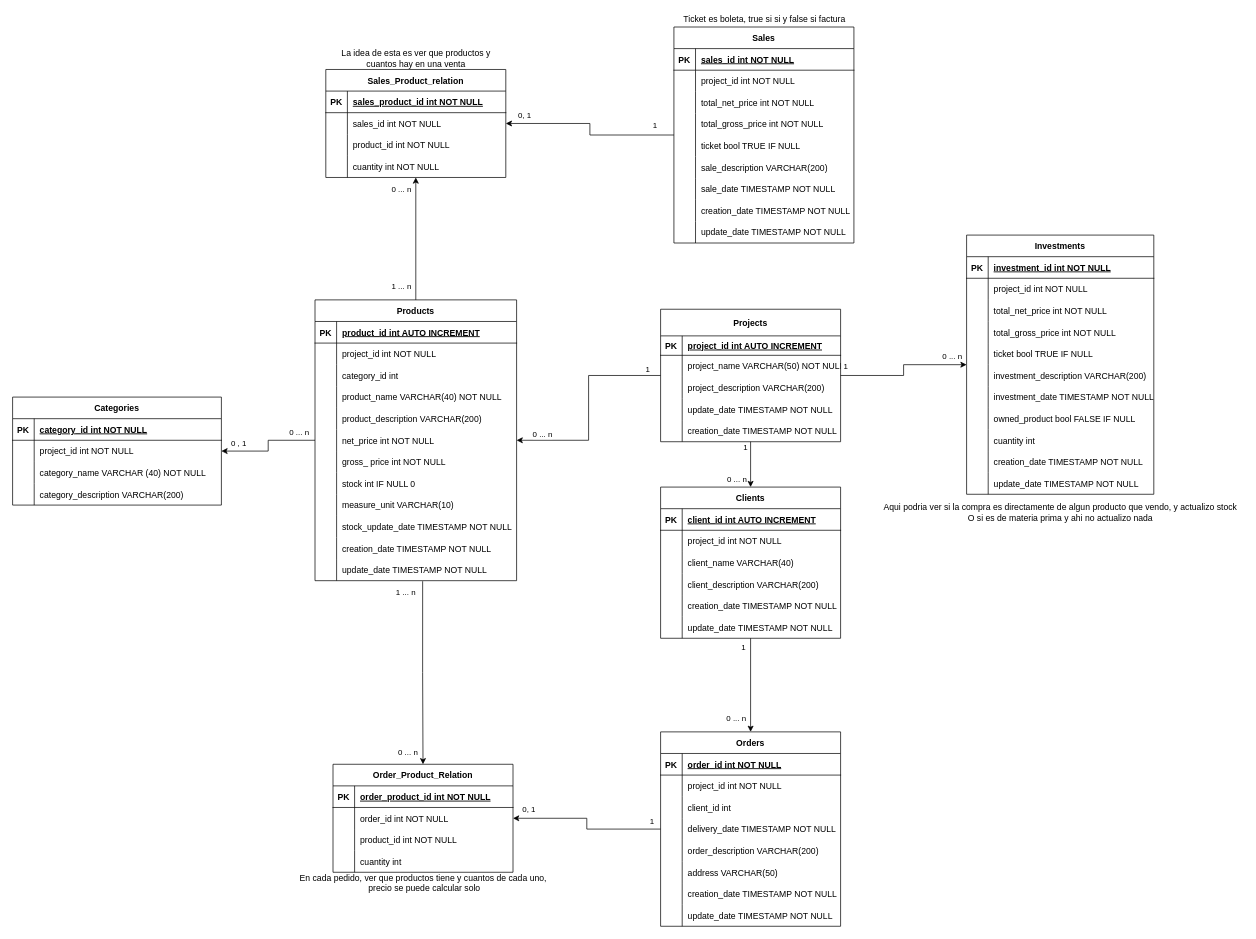
The draw.io diagram DB_model.drawio in diegoHurtadoG/Easy-Negocios, before the edit. Source tidied: cells renumbered, new cells numbered last; positions are measured from the earlier drawing's top-left corner, leaving out a move shared by most shapes. Both pictures are drawn from the tidied source at 72%, with x=0, y=0 at pixel (12, 12).
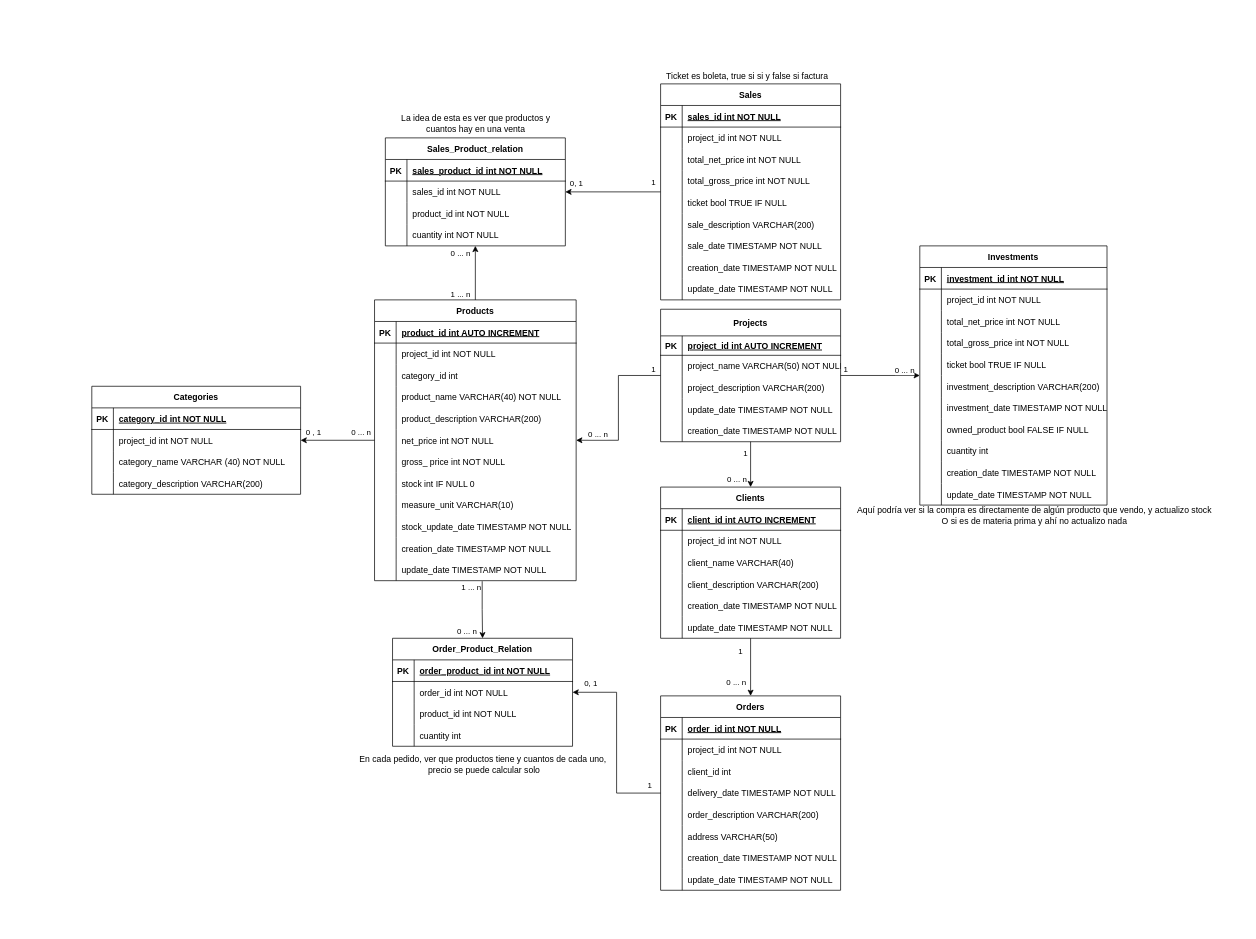
After the change.

The change refers to these unchanged cells:
```xml
<mxCell id="2" style="edgeStyle=orthogonalEdgeStyle;rounded=0;jettySize=auto;html=1;" parent="1" edge="1" source="8" target="182">
  <mxGeometry relative="1" as="geometry" />
</mxCell>
<mxCell id="5" style="edgeStyle=orthogonalEdgeStyle;rounded=0;jettySize=auto;html=1;" parent="1" edge="1" source="8" target="195">
  <mxGeometry relative="1" as="geometry" />
</mxCell>
<mxCell id="79" style="edgeStyle=orthogonalEdgeStyle;rounded=0;jettySize=auto;html=1;" parent="1" edge="1" source="82" target="195">
  <mxGeometry relative="1" as="geometry" />
</mxCell>
<mxCell id="138" style="edgeStyle=orthogonalEdgeStyle;rounded=0;jettySize=auto;html=1;" parent="1" edge="1" source="144" target="163">
  <mxGeometry relative="1" as="geometry" />
</mxCell>
<mxCell id="141" style="edgeStyle=orthogonalEdgeStyle;rounded=0;jettySize=auto;html=1;" parent="1" edge="1" source="144" target="45">
  <mxGeometry relative="1" as="geometry" />
</mxCell>
<mxCell id="160" style="edgeStyle=orthogonalEdgeStyle;rounded=0;jettySize=auto;html=1;entryX=0.5;entryY=0;entryDx=0;entryDy=0;" parent="1" edge="1" source="163" target="113">
  <mxGeometry relative="1" as="geometry" />
</mxCell>
<mxCell id="228" style="edgeStyle=orthogonalEdgeStyle;rounded=0;jettySize=auto;html=1;entryX=0.5;entryY=0;entryDx=0;entryDy=0;exitX=0.534;exitY=1.025;exitDx=0;exitDy=0;exitPerimeter=0;" parent="1" edge="1" source="42" target="210">
  <mxGeometry relative="1" as="geometry" />
</mxCell>
```

The edit, as a diff of the source:
```diff
@@
     <mxCell id="4" value="0 ... n" style="edgeLabel;html=1;align=center;verticalAlign=middle;" parent="2" vertex="1">
       <mxGeometry x="-0.69" relative="1" as="geometry">
-        <mxPoint x="-1" y="-12" as="offset" />
+        <mxPoint x="-3" y="-12" as="offset" />
       </mxGeometry>
     </mxCell>
@@
     <mxCell id="6" value="0 ... n" style="edgeLabel;html=1;align=center;verticalAlign=middle;" parent="5" vertex="1">
       <mxGeometry x="0.7" y="1" relative="1" as="geometry">
-        <mxPoint x="-20" y="-9" as="offset" />
+        <mxPoint x="-20" y="-2" as="offset" />
       </mxGeometry>
     </mxCell>
     <mxCell id="7" value="1 ... n" style="edgeLabel;html=1;align=center;verticalAlign=middle;" parent="5" vertex="1">
       <mxGeometry x="-0.7" y="2" relative="1" as="geometry">
-        <mxPoint x="-19" y="7" as="offset" />
+        <mxPoint x="-19" y="3" as="offset" />
       </mxGeometry>
     </mxCell>
     <mxCell id="8" value="Products" style="shape=table;startSize=30;childLayout=tableLayout;rowLines=0;fontStyle=1;align=center;" parent="1" vertex="1">
-      <mxGeometry x="420" y="399" width="280" height="390" as="geometry" />
+      <mxGeometry x="502.7" y="399" width="280" height="390" as="geometry" />
     </mxCell>
@@
     <mxCell id="45" value="Investments" style="shape=table;startSize=30;childLayout=tableLayout;rowLines=0;fontStyle=1;align=center;" parent="1" vertex="1">
-      <mxGeometry x="1325" y="309" width="260" height="360" as="geometry" />
+      <mxGeometry x="1260" y="324" width="260" height="360" as="geometry" />
     </mxCell>
@@
     <mxCell id="80" value="0, 1" style="edgeLabel;html=1;align=center;verticalAlign=middle;" parent="79" vertex="1">
       <mxGeometry x="0.77" y="3" relative="1" as="geometry">
-        <mxPoint x="-3" y="-15" as="offset" />
+        <mxPoint x="-1" y="-15" as="offset" />
       </mxGeometry>
     </mxCell>
@@
     <mxCell id="82" value="Sales" style="shape=table;startSize=30;childLayout=tableLayout;rowLines=0;fontStyle=1;align=center;" parent="1" vertex="1">
-      <mxGeometry x="918.5" y="20" width="250" height="300" as="geometry" />
+      <mxGeometry x="900" y="99" width="250" height="300" as="geometry" />
     </mxCell>
@@
     <mxCell id="113" value="Orders" style="shape=table;startSize=30;childLayout=tableLayout;rowLines=0;fontStyle=1;align=center;" parent="1" vertex="1">
-      <mxGeometry x="900" y="999" width="250" height="270" as="geometry" />
+      <mxGeometry x="900" y="949" width="250" height="270" as="geometry" />
     </mxCell>
@@
     <mxCell id="139" value="1" style="edgeLabel;html=1;align=center;verticalAlign=middle;" parent="138" vertex="1">
       <mxGeometry x="-0.73" y="-2" relative="1" as="geometry">
-        <mxPoint x="-6" y="-2" as="offset" />
+        <mxPoint x="-6" y="6" as="offset" />
       </mxGeometry>
     </mxCell>
@@
     <mxCell id="142" value="0 ... n" style="edgeLabel;html=1;align=center;verticalAlign=middle;" parent="141" vertex="1">
       <mxGeometry x="0.86" y="3" relative="1" as="geometry">
-        <mxPoint x="-8" y="-10" as="offset" />
+        <mxPoint x="-14" y="-5" as="offset" />
       </mxGeometry>
     </mxCell>
     <mxCell id="143" value="1" style="edgeLabel;html=1;align=center;verticalAlign=middle;" parent="141" vertex="1">
       <mxGeometry x="-0.9" y="-2" relative="1" as="geometry">
-        <mxPoint x="-3" y="-15" as="offset" />
+        <mxPoint x="1" y="-11" as="offset" />
       </mxGeometry>
     </mxCell>
@@
     <mxCell id="161" value="0 ... n" style="edgeLabel;html=1;align=center;verticalAlign=middle;" parent="160" vertex="1">
       <mxGeometry x="0.24" y="-3" relative="1" as="geometry">
-        <mxPoint x="-18" y="30" as="offset" />
+        <mxPoint x="-18" y="11" as="offset" />
       </mxGeometry>
     </mxCell>
     <mxCell id="162" value="1" style="edgeLabel;html=1;align=center;verticalAlign=middle;" parent="160" vertex="1">
       <mxGeometry x="-0.28" y="3" relative="1" as="geometry">
-        <mxPoint x="-14" y="-35" as="offset" />
+        <mxPoint x="-18" y="-12" as="offset" />
       </mxGeometry>
     </mxCell>
@@
     <mxCell id="182" value="Categories" style="shape=table;startSize=30;childLayout=tableLayout;rowLines=0;fontStyle=1;align=center;" parent="1" vertex="1">
-      <mxGeometry y="534" width="290" height="150" as="geometry" />
+      <mxGeometry x="110" y="519" width="290" height="150" as="geometry" />
     </mxCell>
@@
     <mxCell id="195" value="Sales_Product_relation" style="shape=table;startSize=30;childLayout=tableLayout;rowLines=0;fontStyle=1;align=center;" parent="1" vertex="1">
-      <mxGeometry x="435" y="79" width="250" height="150" as="geometry" />
+      <mxGeometry x="517.7" y="174" width="250" height="150" as="geometry" />
     </mxCell>
@@
     <mxCell id="208" value="La idea de esta es ver que productos y &lt;br&gt;cuantos hay en una venta" style="text;html=1;align=center;verticalAlign=middle;strokeColor=none;fillColor=none;" parent="1" vertex="1">
-      <mxGeometry x="450" y="49" width="220" height="30" as="geometry" />
+      <mxGeometry x="532.7" y="139" width="220" height="30" as="geometry" />
     </mxCell>
     <mxCell id="209" value="Ticket es boleta, true si si y false si factura" style="text;html=1;align=center;verticalAlign=middle;strokeColor=none;fillColor=none;" parent="1" vertex="1">
-      <mxGeometry x="923.5" width="240" height="20" as="geometry" />
+      <mxGeometry x="900" y="79" width="240" height="20" as="geometry" />
     </mxCell>
     <mxCell id="210" value="Order_Product_Relation" style="shape=table;startSize=30;childLayout=tableLayout;rowLines=0;fontStyle=1;align=center;" parent="1" vertex="1">
-      <mxGeometry x="445" y="1044" width="250" height="150" as="geometry" />
+      <mxGeometry x="527.7" y="869" width="250" height="150" as="geometry" />
     </mxCell>
@@
     <mxCell id="223" value="En cada pedido, ver que productos tiene y cuantos de cada uno,&lt;br&gt;&amp;nbsp;precio se puede calcular solo" style="text;html=1;align=center;verticalAlign=middle;strokeColor=none;fillColor=none;" parent="1" vertex="1">
-      <mxGeometry x="390" y="1194" width="360" height="30" as="geometry" />
+      <mxGeometry x="472.7" y="1029" width="360" height="30" as="geometry" />
     </mxCell>
-    <mxCell id="224" value="Aqui podria ver si la compra es directamente de algun producto que vendo, y actualizo stock&lt;br&gt;O si es de materia prima y ahi no actualizo nada" style="text;html=1;align=center;verticalAlign=middle;strokeColor=none;fillColor=none;" parent="1" vertex="1">
-      <mxGeometry x="1200" y="679" width="510" height="30" as="geometry" />
+    <mxCell id="224" value="Aquí podría ver si la compra es directamente de algún producto que vendo, y actualizo stock&lt;br&gt;O si es de materia prima y ahí no actualizo nada" style="text;html=1;align=center;verticalAlign=middle;strokeColor=none;fillColor=none;" parent="1" vertex="1">
+      <mxGeometry x="1163.5" y="684" width="510" height="30" as="geometry" />
     </mxCell>
@@
     <mxCell id="229" value="0 ... n" style="edgeLabel;html=1;align=center;verticalAlign=middle;" parent="228" vertex="1">
       <mxGeometry x="0.82" y="-2" relative="1" as="geometry">
-        <mxPoint x="-20" y="5" as="offset" />
+        <mxPoint x="-20" y="-4" as="offset" />
       </mxGeometry>
     </mxCell>
     <mxCell id="230" value="1 ... n" style="edgeLabel;html=1;align=center;verticalAlign=middle;" parent="228" vertex="1">
       <mxGeometry x="-0.78" y="-1" relative="1" as="geometry">
-        <mxPoint x="-23" y="-12" as="offset" />
+        <mxPoint x="-15" as="offset" />
       </mxGeometry>
     </mxCell>
```
